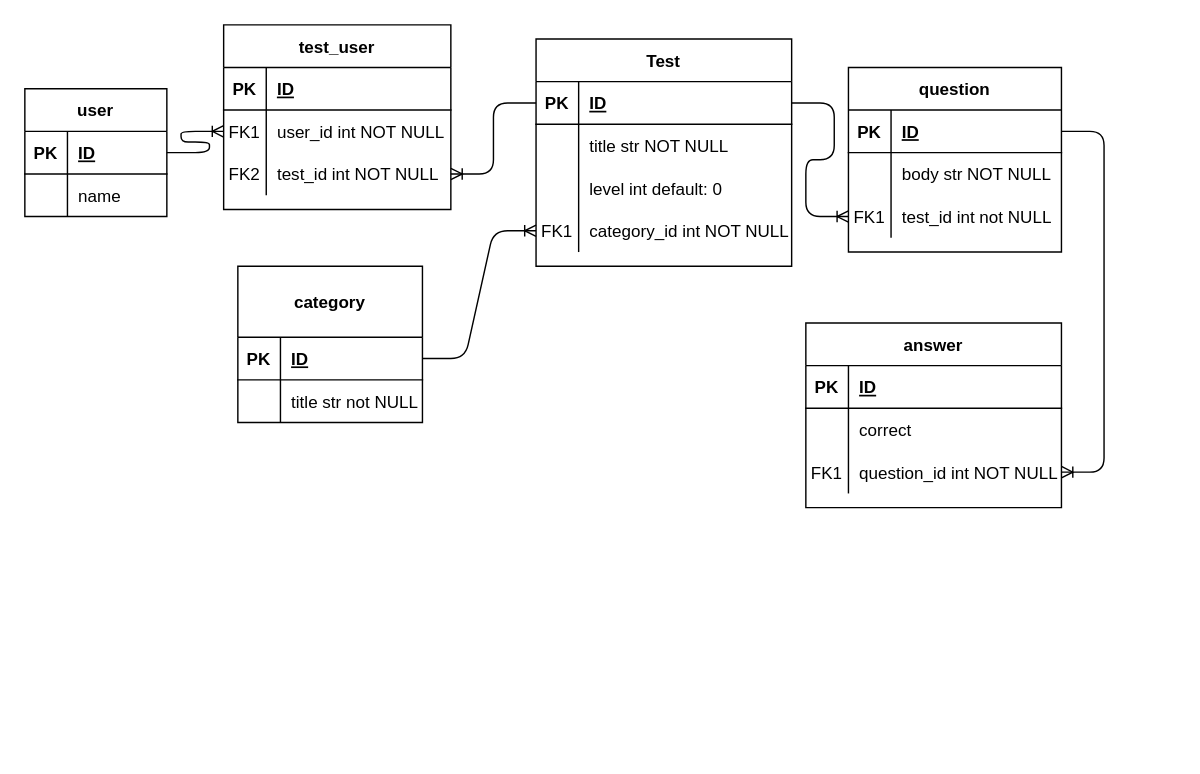
This is Untitled Diagram.drawio from YURARINGACHEV/ruby_on_rails, a draw.io file, before an edit. Source tidied: cells renumbered, new cells numbered last; positions are measured from the earlier drawing's top-left corner, leaving out a move shared by most shapes. Both pictures are drawn from the tidied source at 142%, with x=0, y=0 at pixel (24, 24).
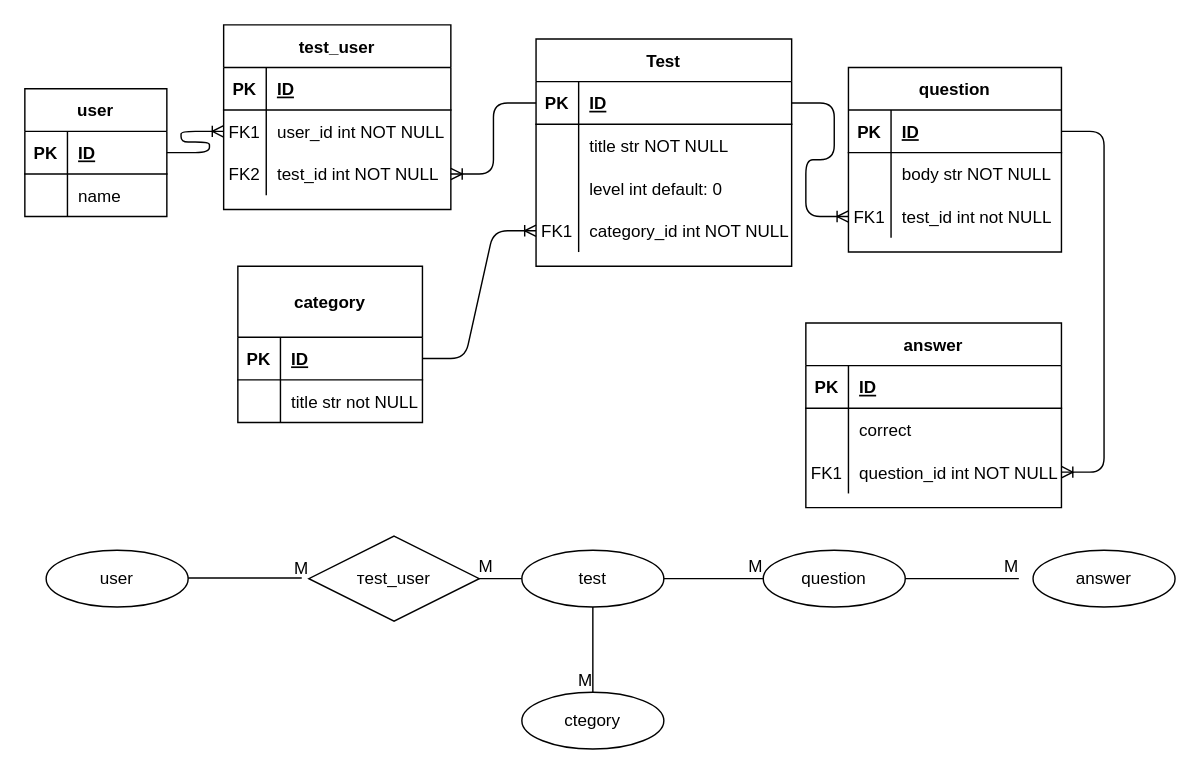
The same diagram, later.

What changed in the source:
```diff
@@
+    <mxCell id="64" value="тest_user" style="shape=rhombus;perimeter=rhombusPerimeter;whiteSpace=wrap;html=1;align=center;" parent="1" vertex="1">
+      <mxGeometry x="200" y="360" width="120" height="60" as="geometry" />
+    </mxCell>
+    <mxCell id="65" value="user" style="ellipse;whiteSpace=wrap;html=1;align=center;" parent="1" vertex="1">
+      <mxGeometry x="15" y="370" width="100" height="40" as="geometry" />
+    </mxCell>
+    <mxCell id="66" style="endArrow=none;html=1;rounded=0;" parent="1" edge="1">
+      <mxGeometry relative="1" as="geometry">
+        <mxPoint x="115" y="389.5" as="sourcePoint" />
+        <mxPoint x="195" y="389.5" as="targetPoint" />
+      </mxGeometry>
+    </mxCell>
+    <mxCell id="67" value="M" style="html=1;align=right;verticalAlign=bottom;" parent="66" vertex="1">
+      <mxGeometry x="1" relative="1" as="geometry">
+        <mxPoint x="5" y="1" as="offset" />
+      </mxGeometry>
+    </mxCell>
+    <mxCell id="68" style="endArrow=none;html=1;rounded=0;" parent="1" edge="1" target="70">
+      <mxGeometry relative="1" as="geometry">
+        <mxPoint x="320" y="390" as="sourcePoint" />
+      </mxGeometry>
+    </mxCell>
+    <mxCell id="69" value="M" style="html=1;align=right;verticalAlign=bottom;" parent="68" vertex="1">
+      <mxGeometry x="1" relative="1" as="geometry">
+        <mxPoint x="-20" as="offset" />
+      </mxGeometry>
+    </mxCell>
+    <mxCell id="70" value="test" style="ellipse;whiteSpace=wrap;html=1;align=center;" parent="1" vertex="1">
+      <mxGeometry x="350" y="370" width="100" height="40" as="geometry" />
+    </mxCell>
+    <mxCell id="71" style="endArrow=none;html=1;rounded=0;" parent="1" edge="1">
+      <mxGeometry relative="1" as="geometry">
+        <mxPoint x="450" y="390" as="sourcePoint" />
+        <mxPoint x="520" y="390" as="targetPoint" />
+      </mxGeometry>
+    </mxCell>
+    <mxCell id="72" value="M" style="html=1;align=right;verticalAlign=bottom;" parent="71" vertex="1">
+      <mxGeometry x="1" relative="1" as="geometry" />
+    </mxCell>
+    <mxCell id="73" value="question" style="ellipse;whiteSpace=wrap;html=1;align=center;" parent="1" vertex="1">
+      <mxGeometry x="520" y="370" width="100" height="40" as="geometry" />
+    </mxCell>
+    <mxCell id="74" style="endArrow=none;html=1;rounded=0;" parent="1" edge="1">
+      <mxGeometry relative="1" as="geometry">
+        <mxPoint x="620" y="390" as="sourcePoint" />
+        <mxPoint x="700" y="390" as="targetPoint" />
+      </mxGeometry>
+    </mxCell>
+    <mxCell id="75" value="M" style="html=1;align=right;verticalAlign=bottom;" parent="74" vertex="1">
+      <mxGeometry x="1" relative="1" as="geometry" />
+    </mxCell>
+    <mxCell id="76" value="answer" style="ellipse;whiteSpace=wrap;html=1;align=center;" parent="1" vertex="1">
+      <mxGeometry x="710" y="370" width="100" height="40" as="geometry" />
+    </mxCell>
+    <mxCell id="77" style="endArrow=none;html=1;rounded=0;" parent="1" edge="1" target="79">
+      <mxGeometry relative="1" as="geometry">
+        <mxPoint x="400" y="410" as="sourcePoint" />
+      </mxGeometry>
+    </mxCell>
+    <mxCell id="78" value="M" style="html=1;align=right;verticalAlign=bottom;" parent="77" vertex="1">
+      <mxGeometry x="1" relative="1" as="geometry" />
+    </mxCell>
+    <mxCell id="79" value="ctegory" style="ellipse;whiteSpace=wrap;html=1;align=center;" parent="1" vertex="1">
+      <mxGeometry x="350" y="470" width="100" height="40" as="geometry" />
+    </mxCell>
```
